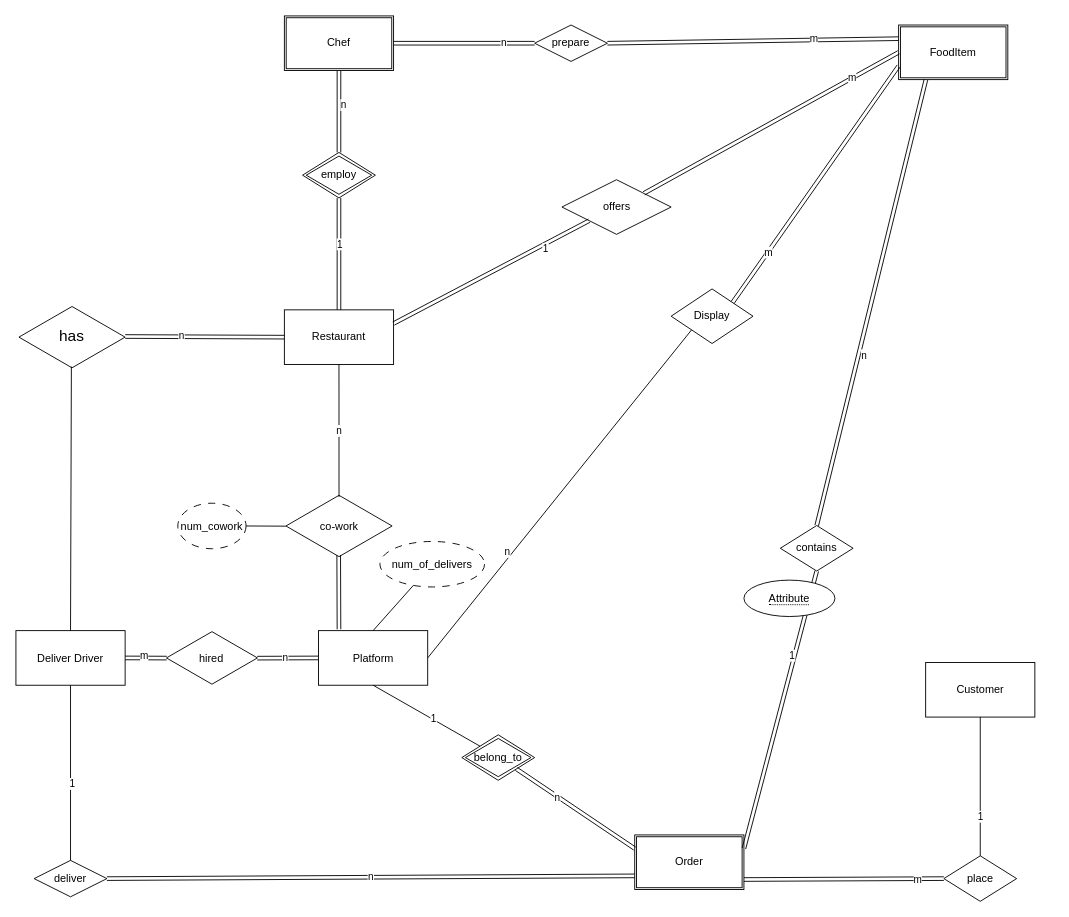
Earlier version of the draw.io diagram img/assignment1-ver2.drawio (MutianLiu110/JavaEESampleProject). Source tidied: cells renumbered, new cells numbered last; positions are measured from the earlier drawing's top-left corner, leaving out a move shared by most shapes. Both pictures are drawn from the tidied source at 91%, with x=0, y=0 at pixel (15, 15).
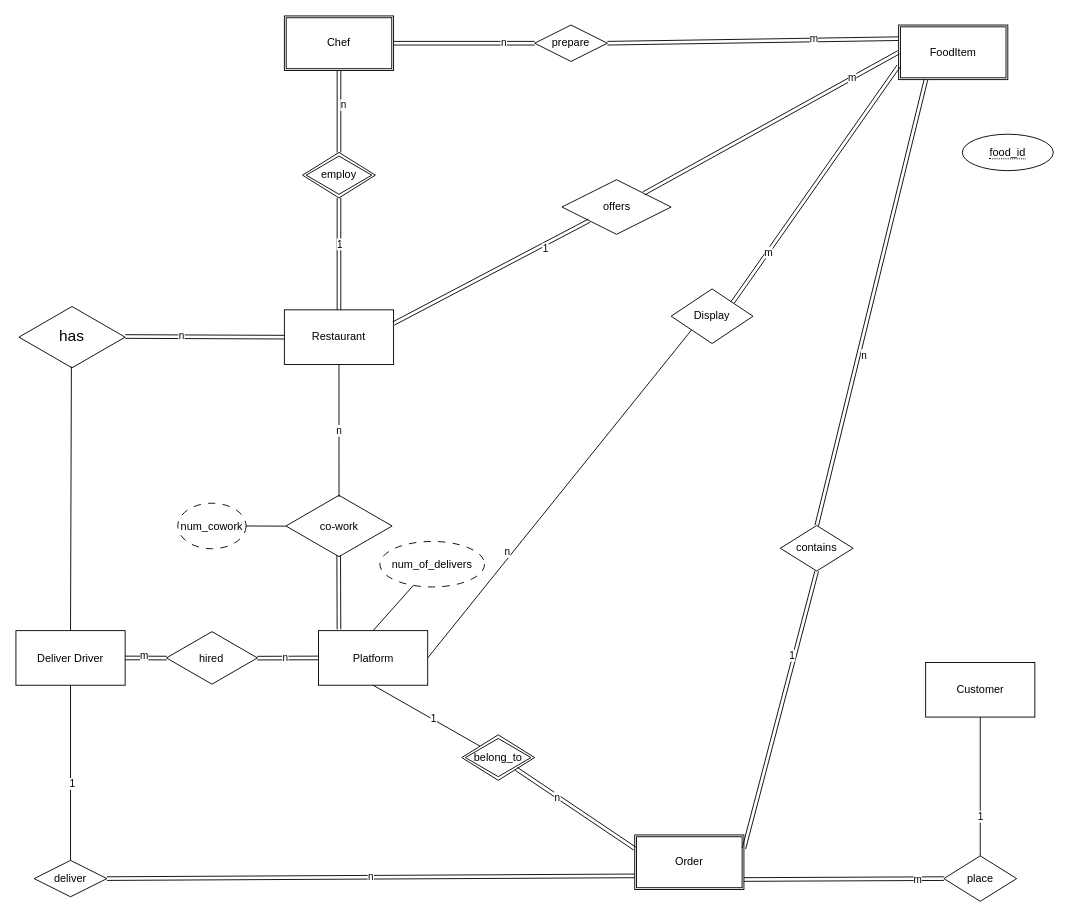
The same page after the edit.

What changed in the source:
```diff
@@
-    <mxCell id="65" value="&lt;span style=&quot;border-bottom: 1px dotted&quot;&gt;Attribute&lt;/span&gt;" style="ellipse;whiteSpace=wrap;html=1;align=center;" parent="1" vertex="1">
-      <mxGeometry x="800" y="620" width="100" height="40" as="geometry" />
+    <mxCell id="65" value="&lt;span style=&quot;border-bottom-width: 1px; border-bottom-style: dotted; border-bottom-color: currentcolor;&quot;&gt;food_id&lt;/span&gt;" style="ellipse;whiteSpace=wrap;html=1;align=center;" parent="1" vertex="1">
+      <mxGeometry x="1040" y="130" width="100" height="40" as="geometry" />
     </mxCell>
```
